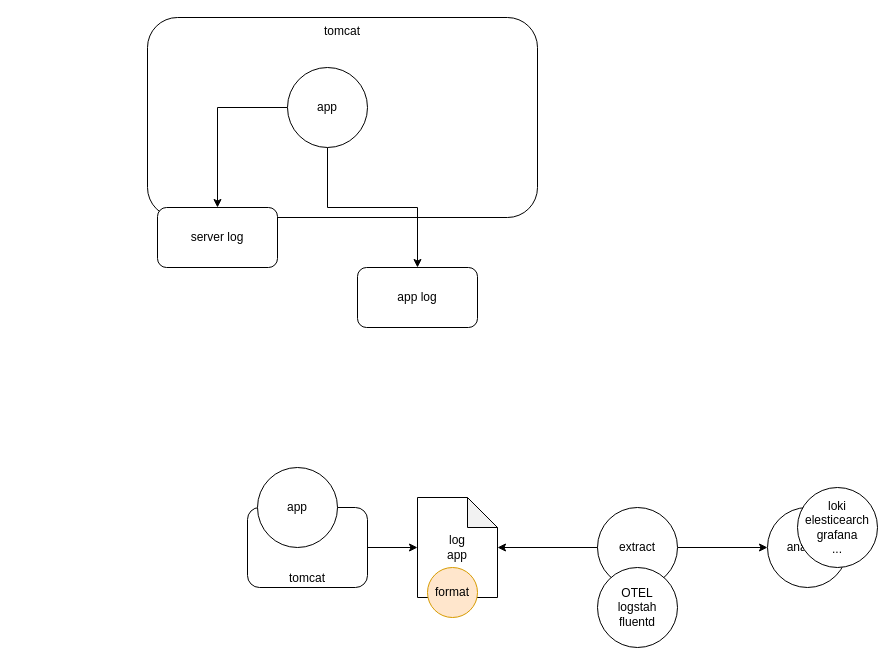
Earlier version of the draw.io diagram page "Page-6" (6 of 7) of doc/curso-marzo.drawio (gmacastil/ms-mz-producto). Source tidied: cells renumbered, new cells numbered last; positions are measured from the earlier drawing's top-left corner, leaving out a move shared by most shapes. Both pictures are drawn from the tidied source at 100%, with x=0, y=0 at pixel (147, 17).
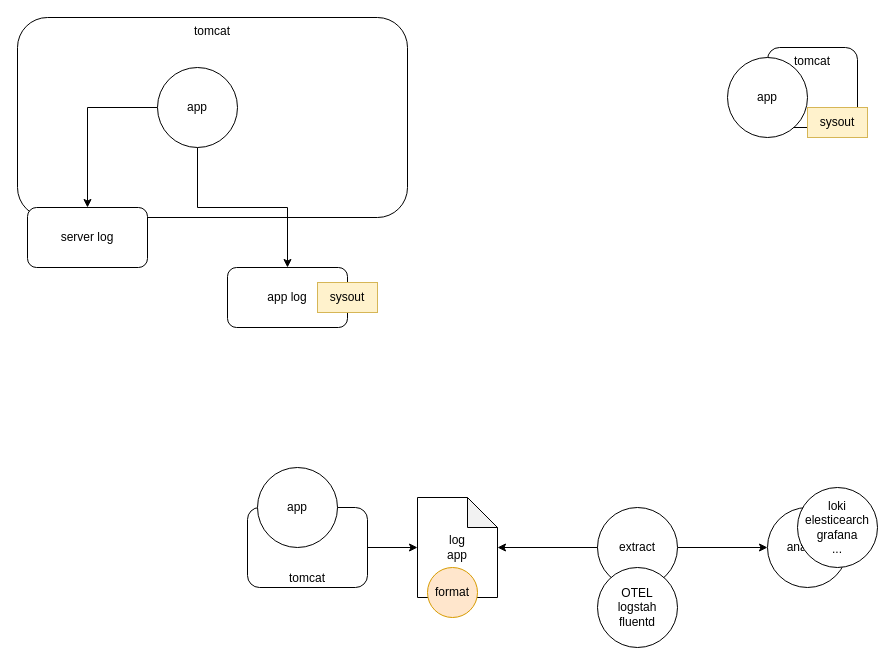
Above is the later version.

What changed in the source:
```diff
@@
     <mxCell id="2" value="tomcat" style="rounded=1;whiteSpace=wrap;html=1;verticalAlign=top;" parent="1" vertex="1">
-      <mxGeometry width="390" height="200" as="geometry" />
+      <mxGeometry x="-130" width="390" height="200" as="geometry" />
     </mxCell>
@@
     <mxCell id="5" value="app" style="ellipse;whiteSpace=wrap;html=1;" parent="1" vertex="1">
-      <mxGeometry x="140" y="50" width="80" height="80" as="geometry" />
+      <mxGeometry x="10" y="50" width="80" height="80" as="geometry" />
     </mxCell>
     <mxCell id="6" value="server log" style="rounded=1;whiteSpace=wrap;html=1;" parent="1" vertex="1">
-      <mxGeometry x="10" y="190" width="120" height="60" as="geometry" />
+      <mxGeometry x="-120" y="190" width="120" height="60" as="geometry" />
     </mxCell>
     <mxCell id="7" value="app log" style="rounded=1;whiteSpace=wrap;html=1;" parent="1" vertex="1">
-      <mxGeometry x="210" y="250" width="120" height="60" as="geometry" />
+      <mxGeometry x="80" y="250" width="120" height="60" as="geometry" />
     </mxCell>
@@
+    <mxCell id="19" value="sysout" style="text;html=1;align=center;verticalAlign=middle;whiteSpace=wrap;rounded=0;fillColor=#fff2cc;strokeColor=#d6b656;" parent="1" vertex="1">
+      <mxGeometry x="170" y="265" width="60" height="30" as="geometry" />
+    </mxCell>
+    <mxCell id="20" value="tomcat" style="rounded=1;whiteSpace=wrap;html=1;verticalAlign=top;" parent="1" vertex="1">
+      <mxGeometry x="620" y="30" width="90" height="80" as="geometry" />
+    </mxCell>
+    <mxCell id="21" value="app" style="ellipse;whiteSpace=wrap;html=1;" parent="1" vertex="1">
+      <mxGeometry x="580" y="40" width="80" height="80" as="geometry" />
+    </mxCell>
+    <mxCell id="22" value="sysout" style="text;html=1;align=center;verticalAlign=middle;whiteSpace=wrap;rounded=0;fillColor=#fff2cc;strokeColor=#d6b656;" parent="1" vertex="1">
+      <mxGeometry x="660" y="90" width="60" height="30" as="geometry" />
+    </mxCell>
```
